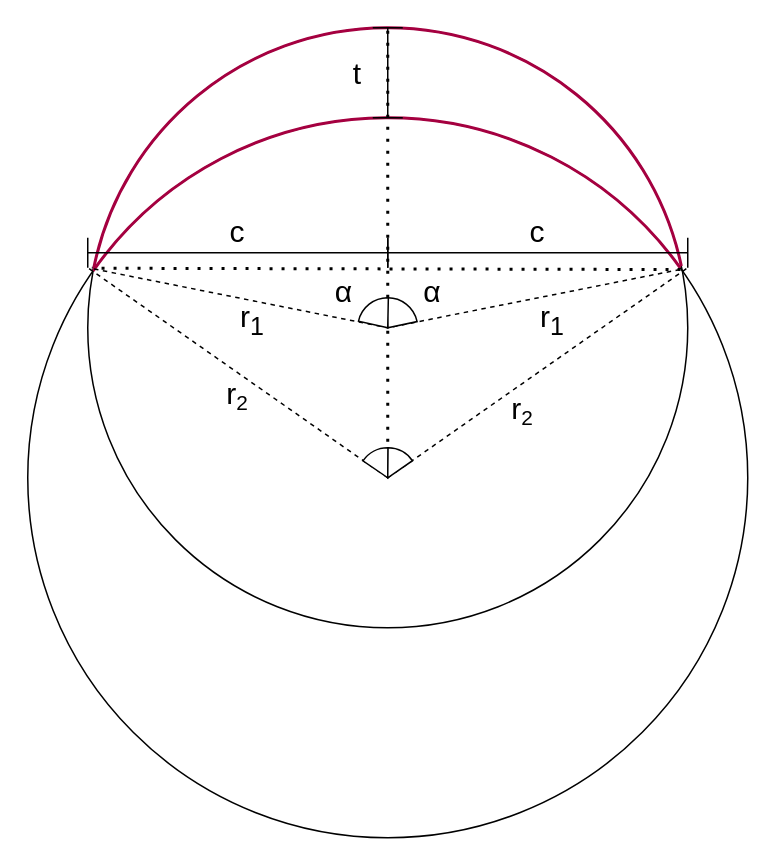
Earlier version of the draw.io diagram assets/images/shape_diagrams/lens.drawio (joe-down/Final-Year-Project-Dissertation). Source tidied: cells renumbered, new cells numbered last; positions are measured from the earlier drawing's top-left corner, leaving out a move shared by most shapes. Both pictures are drawn from the tidied source at 150%, with x=0, y=0 at pixel (27, 27).
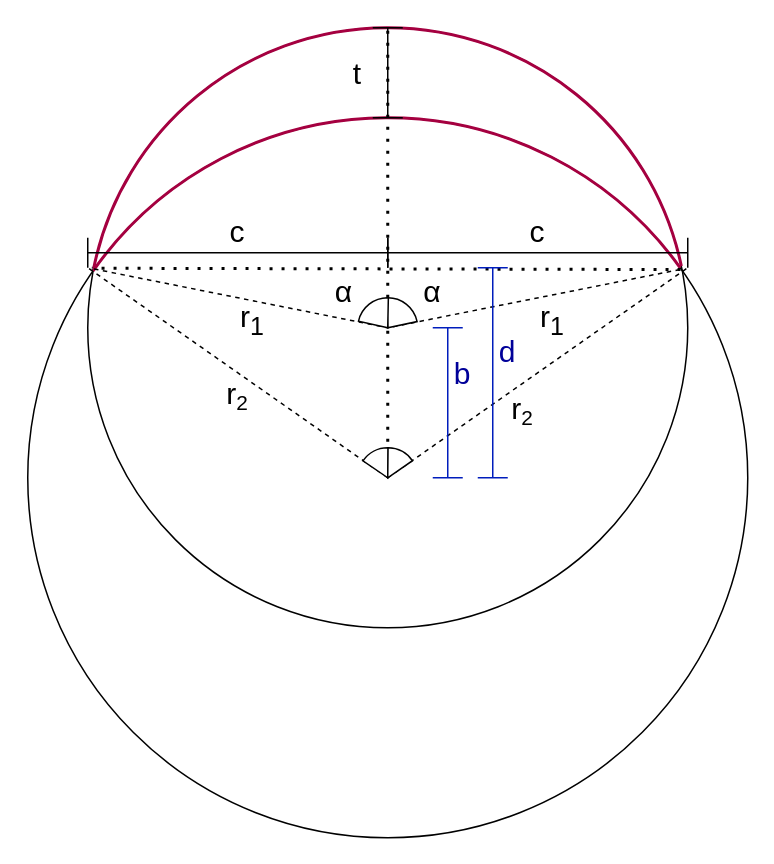
The same page after the edit.

Change to the diagram source:
```diff
@@
+    <mxCell id="28" style="shape=crossbar;whiteSpace=wrap;html=1;rounded=1;direction=south;fillColor=#0050ef;fontColor=#ffffff;strokeColor=#001DBC;" parent="1" vertex="1">
+      <mxGeometry x="270" y="200" width="20" height="100" as="geometry" />
+    </mxCell>
+    <mxCell id="29" value="b" style="text;html=1;align=center;verticalAlign=middle;whiteSpace=wrap;rounded=0;fontSize=20;rotation=0;fontColor=#000099;" parent="1" vertex="1">
+      <mxGeometry x="270" y="215" width="40" height="30" as="geometry" />
+    </mxCell>
+    <mxCell id="30" style="shape=crossbar;whiteSpace=wrap;html=1;rounded=1;direction=south;fillColor=#0050ef;fontColor=#ffffff;strokeColor=#001DBC;" parent="1" vertex="1">
+      <mxGeometry x="300" y="160" width="20" height="140" as="geometry" />
+    </mxCell>
+    <mxCell id="31" value="d" style="text;html=1;align=center;verticalAlign=middle;whiteSpace=wrap;rounded=0;fontSize=20;rotation=0;fontColor=#000099;" parent="1" vertex="1">
+      <mxGeometry x="300" y="200" width="40" height="30" as="geometry" />
+    </mxCell>
```
